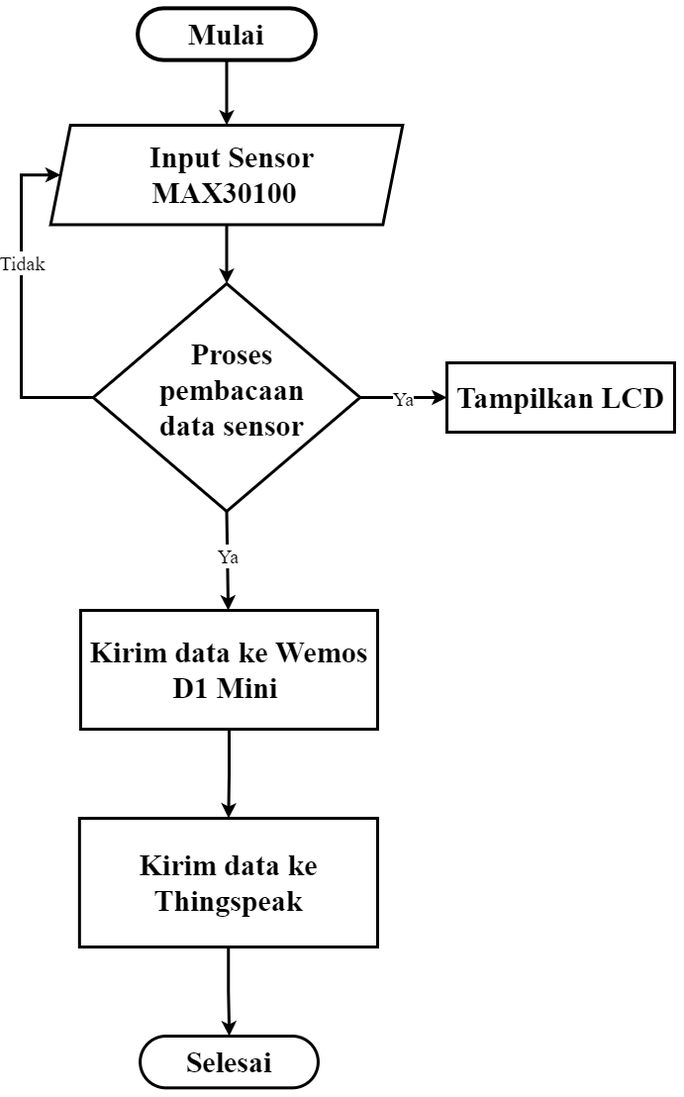
Before: FLOWCHART PULSE OXIMETRY.png, a diagram exported from draw.io (ajiesetyon/flowchart_PAA). Source tidied: cells renumbered, new cells last; positions are measured from the earlier drawing's top-left corner, leaving out a move shared by most shapes.
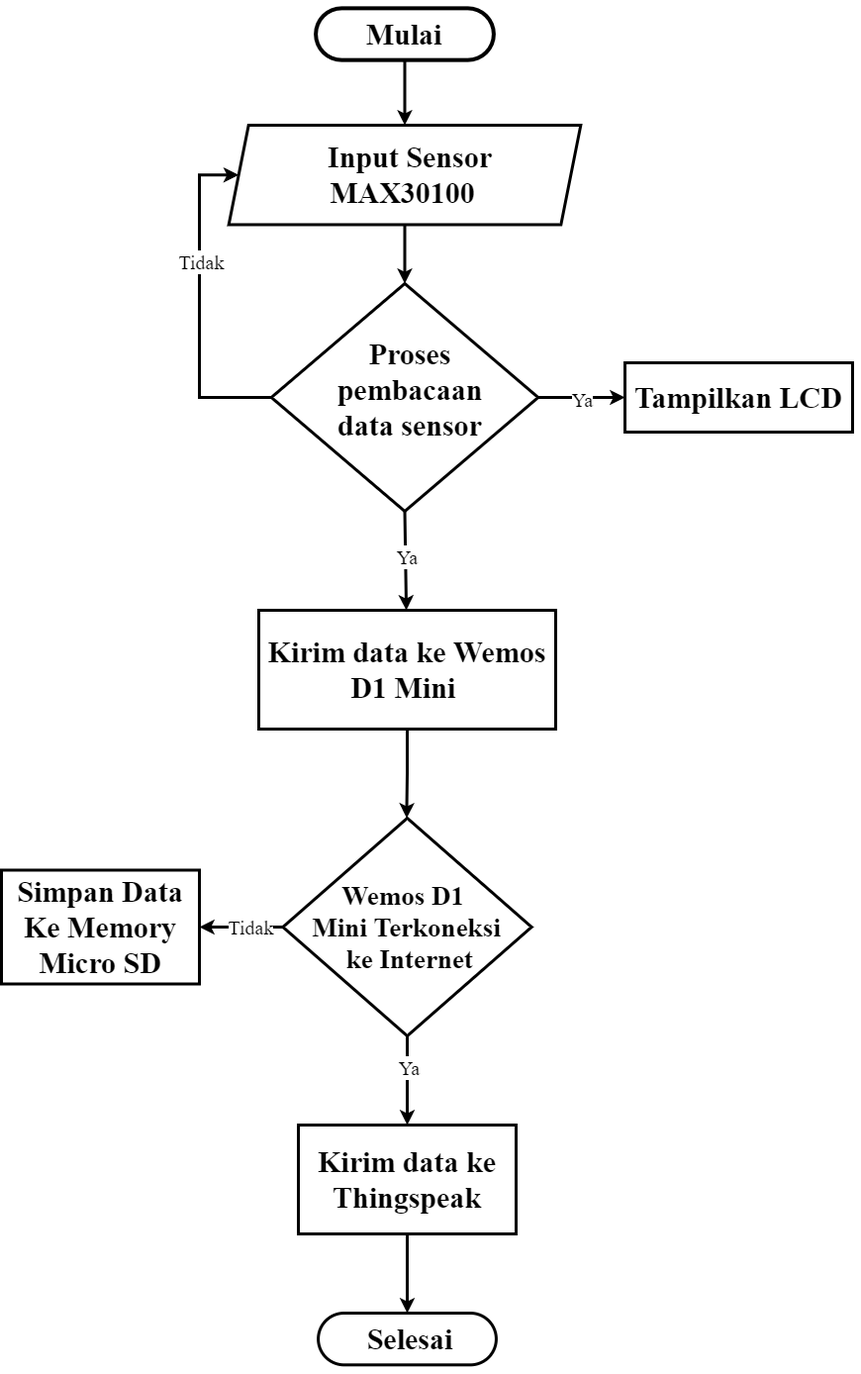
Later version of the same file.

The edit, as a diff of the source:
```diff
@@ -2,6 +2,12 @@
   <root>
     <mxCell id="0" />
     <mxCell id="1" parent="0" />
+    <mxCell id="29" style="edgeStyle=orthogonalEdgeStyle;rounded=0;jettySize=auto;html=1;entryX=1;entryY=0.5;entryDx=0;entryDy=0;strokeWidth=3;" parent="1" edge="1" source="33" target="35">
+      <mxGeometry relative="1" as="geometry" />
+    </mxCell>
+    <mxCell id="30" style="edgeStyle=orthogonalEdgeStyle;rounded=0;jettySize=auto;html=1;entryX=0.5;entryY=0;entryDx=0;entryDy=0;strokeWidth=3;" parent="1" edge="1" source="33" target="23">
+      <mxGeometry relative="1" as="geometry" />
+    </mxCell>
     <mxCell id="2" style="rounded=1;whiteSpace=wrap;html=1;arcSize=50;strokeWidth=4;" parent="1" vertex="1">
       <mxGeometry x="117.6" y="-0.1" width="179.8" height="52.3" as="geometry" />
     </mxCell>
@@ -24,6 +30,11 @@
         <mxPoint x="-2" y="-57.8" as="offset" />
       </mxGeometry>
     </mxCell>
+    <mxCell id="31" value="&lt;font style=&quot;font-size: 20px&quot; face=&quot;Times New Roman&quot;&gt;Tidak&lt;/font&gt;" style="edgeLabel;html=1;align=center;verticalAlign=middle;" parent="5" vertex="1">
+      <mxGeometry x="-0.1" y="-2" relative="1" as="geometry">
+        <mxPoint x="48" y="614.3" as="offset" />
+      </mxGeometry>
+    </mxCell>
     <mxCell id="7" style="rhombus;whiteSpace=wrap;html=1;strokeWidth=3;" parent="1" vertex="1">
       <mxGeometry x="72.7" y="278" width="269.6" height="230" as="geometry" />
     </mxCell>
@@ -56,6 +67,11 @@
         <mxPoint y="-6" as="offset" />
       </mxGeometry>
     </mxCell>
+    <mxCell id="32" value="&lt;font style=&quot;font-size: 20px&quot;&gt;Ya&lt;/font&gt;" style="edgeLabel;html=1;align=center;verticalAlign=middle;fontFamily=Times New Roman;" parent="15" vertex="1">
+      <mxGeometry relative="1" as="geometry">
+        <mxPoint x="1.7" y="510" as="offset" />
+      </mxGeometry>
+    </mxCell>
     <mxCell id="17" style="group;" parent="1" vertex="1">
       <mxGeometry x="173.4" y="348" width="80" height="70" as="geometry" />
     </mxCell>
@@ -68,23 +84,16 @@
     <mxCell id="20" value="&lt;b&gt;&lt;font style=&quot;font-size: 30px&quot; face=&quot;Times New Roman&quot;&gt;Kirim data ke Wemos D1 Mini&amp;nbsp;&lt;/font&gt;&lt;/b&gt;" style="text;html=1;strokeColor=none;fillColor=none;align=center;verticalAlign=middle;whiteSpace=wrap;rounded=0;" parent="1" vertex="1">
       <mxGeometry x="65" y="654.9" width="290" height="26.1" as="geometry" />
     </mxCell>
-    <mxCell id="21" style="rounded=0;whiteSpace=wrap;html=1;align=center;strokeWidth=3;" parent="1" vertex="1">
-      <mxGeometry x="58.8" y="818" width="301.2" height="130" as="geometry" />
-    </mxCell>
-    <mxCell id="22" style="edgeStyle=orthogonalEdgeStyle;rounded=0;jettySize=auto;html=1;entryX=0.5;entryY=0;entryDx=0;entryDy=0;strokeWidth=3;" parent="1" edge="1" source="12" target="21">
-      <mxGeometry x="371.6" y="189.6" as="geometry" />
+    <mxCell id="22" style="edgeStyle=orthogonalEdgeStyle;rounded=0;jettySize=auto;html=1;entryX=0.5;entryY=0;entryDx=0;entryDy=0;strokeWidth=3;" parent="1" edge="1" source="12">
+      <mxGeometry x="371.6" y="189.6" as="geometry">
+        <mxPoint x="209.4" y="818" as="targetPoint" />
+      </mxGeometry>
     </mxCell>
-    <mxCell id="23" value="&lt;b&gt;&lt;font style=&quot;font-size: 30px&quot; face=&quot;Times New Roman&quot;&gt;Kirim data ke Thingspeak&lt;/font&gt;&lt;/b&gt;" style="text;html=1;strokeColor=none;fillColor=none;align=center;verticalAlign=middle;whiteSpace=wrap;rounded=0;" parent="1" vertex="1">
-      <mxGeometry x="87.1" y="869.9" width="244.7" height="26.1" as="geometry" />
-    </mxCell>
     <mxCell id="24" style="rounded=1;whiteSpace=wrap;html=1;arcSize=50;strokeWidth=3;" parent="1" vertex="1">
-      <mxGeometry x="120.1" y="1038" width="179.8" height="52.3" as="geometry" />
+      <mxGeometry x="120.1" y="1318" width="179.8" height="52.3" as="geometry" />
     </mxCell>
-    <mxCell id="25" style="edgeStyle=orthogonalEdgeStyle;rounded=0;jettySize=auto;html=1;strokeWidth=3;" parent="1" edge="1" source="21" target="24">
-      <mxGeometry x="371.6" y="189.6" as="geometry" />
-    </mxCell>
     <mxCell id="26" value="&lt;h1&gt;&lt;font style=&quot;font-size: 30px&quot; face=&quot;Times New Roman&quot;&gt;Selesai&lt;/font&gt;&lt;/h1&gt;" style="text;html=1;strokeColor=none;fillColor=none;align=center;verticalAlign=middle;whiteSpace=wrap;rounded=0;" parent="1" vertex="1">
-      <mxGeometry x="170.8" y="1051.1" width="78.5" height="26.2" as="geometry" />
+      <mxGeometry x="174.2" y="1331.1" width="78.5" height="26.2" as="geometry" />
     </mxCell>
     <mxCell id="27" value="&lt;h1&gt;&lt;font style=&quot;font-size: 30px&quot; face=&quot;Times New Roman&quot;&gt;Input Sensor MAX30100&amp;nbsp;&amp;nbsp;&lt;/font&gt;&lt;/h1&gt;" style="text;html=1;strokeColor=none;fillColor=none;align=center;verticalAlign=middle;whiteSpace=wrap;rounded=0;" parent="1" vertex="1">
       <mxGeometry x="46.4" y="143.2" width="334" height="50" as="geometry" />
@@ -92,5 +101,17 @@
     <mxCell id="28" style="edgeStyle=orthogonalEdgeStyle;rounded=0;orthogonalLoop=1;jettySize=auto;html=1;exitX=0.5;exitY=1;exitDx=0;exitDy=0;strokeWidth=3;" parent="1" edge="1" source="20" target="20">
       <mxGeometry relative="1" as="geometry" />
     </mxCell>
+    <mxCell id="33" value="&lt;font face=&quot;Times New Roman&quot; style=&quot;font-size: 27px&quot;&gt;&lt;b&gt;Wemos D1 &lt;br&gt;Mini Terkoneksi&lt;br&gt;&amp;nbsp;ke Internet&lt;/b&gt;&lt;/font&gt;" style="rhombus;whiteSpace=wrap;html=1;strokeWidth=3;" parent="1" vertex="1">
+      <mxGeometry x="84.4" y="818" width="251.2" height="220" as="geometry" />
+    </mxCell>
+    <mxCell id="34" style="edgeStyle=orthogonalEdgeStyle;rounded=0;jettySize=auto;html=1;strokeWidth=3;" parent="1" edge="1" source="23" target="24">
+      <mxGeometry relative="1" as="geometry" />
+    </mxCell>
+    <mxCell id="23" value="&lt;b&gt;&lt;font face=&quot;Times New Roman&quot; style=&quot;font-size: 30px&quot;&gt;Kirim data ke Thingspeak&lt;/font&gt;&lt;/b&gt;" style="rounded=0;whiteSpace=wrap;html=1;strokeWidth=3;" parent="1" vertex="1">
+      <mxGeometry x="100" y="1128" width="220" height="110" as="geometry" />
+    </mxCell>
+    <mxCell id="35" value="&lt;font style=&quot;font-size: 30px&quot; face=&quot;Times New Roman&quot;&gt;&lt;b&gt;Simpan Data Ke Memory Micro SD&lt;/b&gt;&lt;/font&gt;" style="rounded=0;whiteSpace=wrap;html=1;strokeWidth=3;" parent="1" vertex="1">
+      <mxGeometry x="-200" y="870.5" width="200" height="115" as="geometry" />
+    </mxCell>
   </root>
 </mxGraphModel>
```
